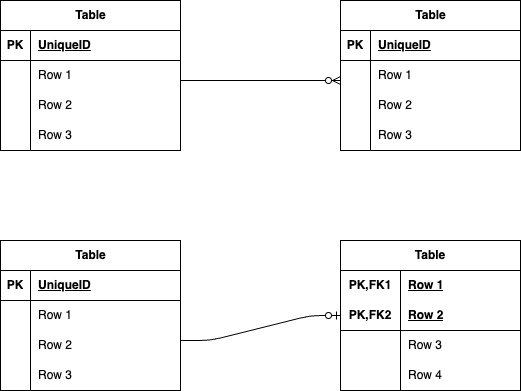
Above: .drawio.png in hide32ma/flea-market.coachtech (draw.io), before the change. Source tidied: cells renumbered, new cells last; positions are measured from the earlier drawing's top-left corner, leaving out a move shared by most shapes.
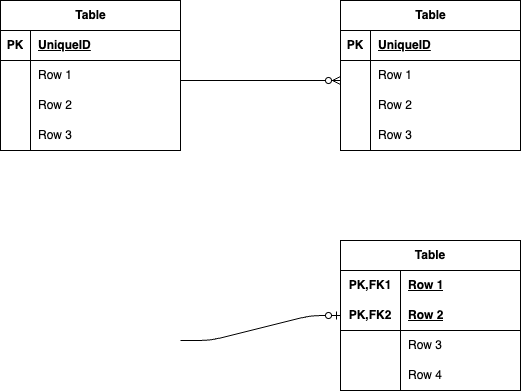
Above is the later version.

What changed in the source:
```diff
@@ -89,45 +89,6 @@
     <mxCell id="28" value="Row 3" style="shape=partialRectangle;fillColor=none;top=0;left=0;bottom=0;right=0;align=left;spacingLeft=6;overflow=hidden;whiteSpace=wrap;html=1;" parent="26" vertex="1">
       <mxGeometry x="30" width="150" height="30" as="geometry" />
     </mxCell>
-    <mxCell id="29" value="Table" style="shape=table;startSize=30;rowLines=0;fontStyle=1;align=center;html=1;" parent="1" vertex="1">
-      <mxGeometry y="260" width="180" height="150" as="geometry" />
-    </mxCell>
-    <mxCell id="30" style="shape=tableRow;horizontal=0;startSize=0;swimlaneHead=0;swimlaneBody=0;fillColor=none;top=0;left=0;right=0;bottom=1;" parent="29" vertex="1">
-      <mxGeometry y="30" width="180" height="30" as="geometry" />
-    </mxCell>
-    <mxCell id="31" value="PK" style="shape=partialRectangle;fillColor=none;top=0;left=0;bottom=0;right=0;fontStyle=1;overflow=hidden;whiteSpace=wrap;html=1;" parent="30" vertex="1">
-      <mxGeometry width="30" height="30" as="geometry" />
-    </mxCell>
-    <mxCell id="32" value="UniqueID" style="shape=partialRectangle;fillColor=none;top=0;left=0;bottom=0;right=0;align=left;spacingLeft=6;fontStyle=5;overflow=hidden;whiteSpace=wrap;html=1;" parent="30" vertex="1">
-      <mxGeometry x="30" width="150" height="30" as="geometry" />
-    </mxCell>
-    <mxCell id="33" style="shape=tableRow;horizontal=0;startSize=0;swimlaneHead=0;swimlaneBody=0;fillColor=none;top=0;left=0;right=0;bottom=0;" parent="29" vertex="1">
-      <mxGeometry y="60" width="180" height="30" as="geometry" />
-    </mxCell>
-    <mxCell id="34" style="shape=partialRectangle;fillColor=none;top=0;left=0;bottom=0;right=0;overflow=hidden;whiteSpace=wrap;html=1;" parent="33" vertex="1">
-      <mxGeometry width="30" height="30" as="geometry" />
-    </mxCell>
-    <mxCell id="35" value="Row 1" style="shape=partialRectangle;fillColor=none;top=0;left=0;bottom=0;right=0;align=left;spacingLeft=6;overflow=hidden;whiteSpace=wrap;html=1;" parent="33" vertex="1">
-      <mxGeometry x="30" width="150" height="30" as="geometry" />
-    </mxCell>
-    <mxCell id="36" style="shape=tableRow;horizontal=0;startSize=0;swimlaneHead=0;swimlaneBody=0;fillColor=none;top=0;left=0;right=0;bottom=0;" parent="29" vertex="1">
-      <mxGeometry y="90" width="180" height="30" as="geometry" />
-    </mxCell>
-    <mxCell id="37" style="shape=partialRectangle;fillColor=none;top=0;left=0;bottom=0;right=0;overflow=hidden;whiteSpace=wrap;html=1;" parent="36" vertex="1">
-      <mxGeometry width="30" height="30" as="geometry" />
-    </mxCell>
-    <mxCell id="38" value="Row 2" style="shape=partialRectangle;fillColor=none;top=0;left=0;bottom=0;right=0;align=left;spacingLeft=6;overflow=hidden;whiteSpace=wrap;html=1;" parent="36" vertex="1">
-      <mxGeometry x="30" width="150" height="30" as="geometry" />
-    </mxCell>
-    <mxCell id="39" style="shape=tableRow;horizontal=0;startSize=0;swimlaneHead=0;swimlaneBody=0;fillColor=none;top=0;left=0;right=0;bottom=0;" parent="29" vertex="1">
-      <mxGeometry y="120" width="180" height="30" as="geometry" />
-    </mxCell>
-    <mxCell id="40" style="shape=partialRectangle;fillColor=none;top=0;left=0;bottom=0;right=0;overflow=hidden;whiteSpace=wrap;html=1;" parent="39" vertex="1">
-      <mxGeometry width="30" height="30" as="geometry" />
-    </mxCell>
-    <mxCell id="41" value="Row 3" style="shape=partialRectangle;fillColor=none;top=0;left=0;bottom=0;right=0;align=left;spacingLeft=6;overflow=hidden;whiteSpace=wrap;html=1;" parent="39" vertex="1">
-      <mxGeometry x="30" width="150" height="30" as="geometry" />
-    </mxCell>
     <mxCell id="42" style="edgeStyle=entityRelationEdgeStyle;fontSize=12;html=1;endArrow=ERzeroToOne;endFill=1;" parent="1" edge="1" target="43">
       <mxGeometry relative="1" as="geometry">
         <mxPoint x="180" y="360" as="sourcePoint" />
```
